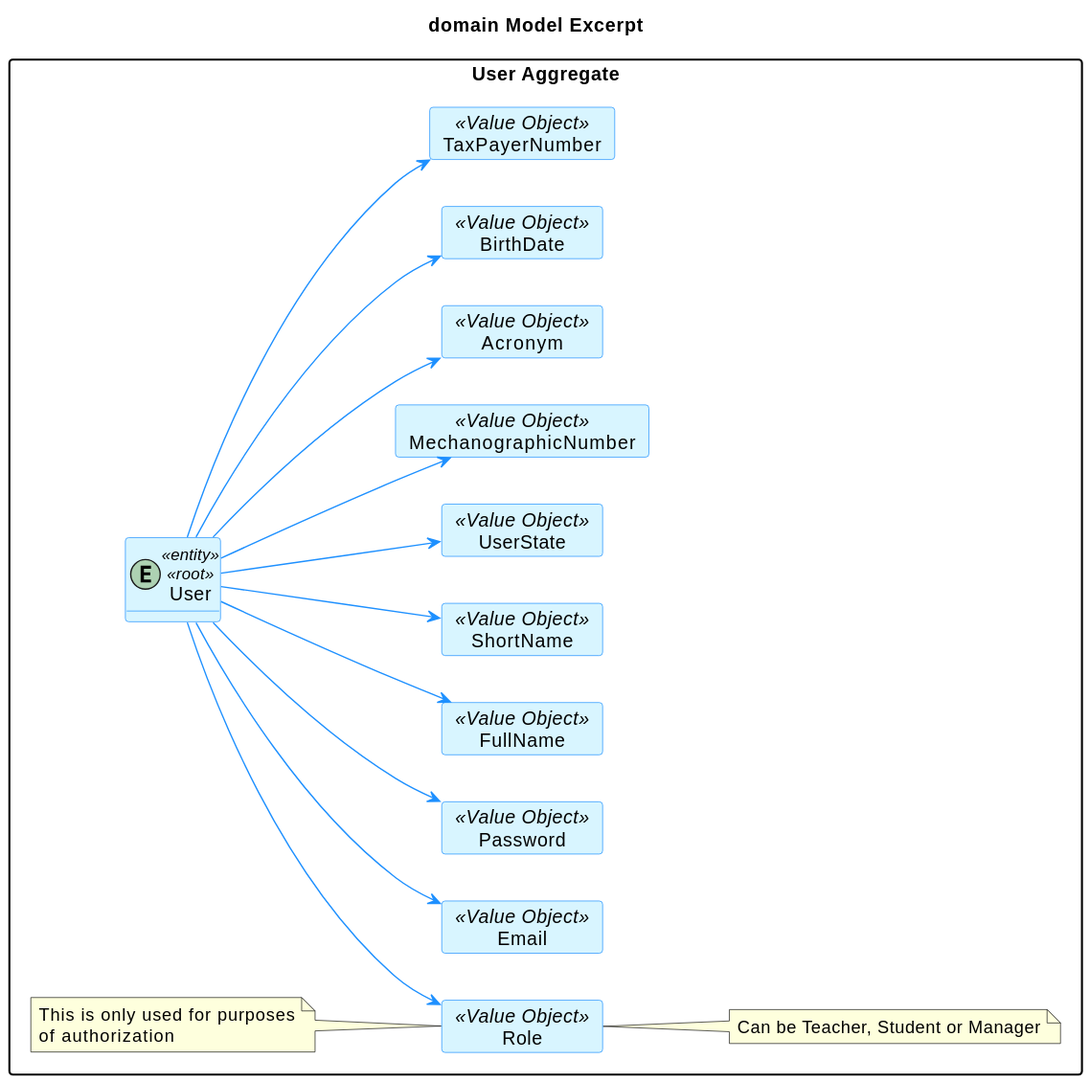
brunacosta03/sem4pi_22_23 keeps this PlantUML diagram as docs/SPRINT A/US_G006/Analysis/Domain_Model_Excerpt.svg. Above is the earlier version.
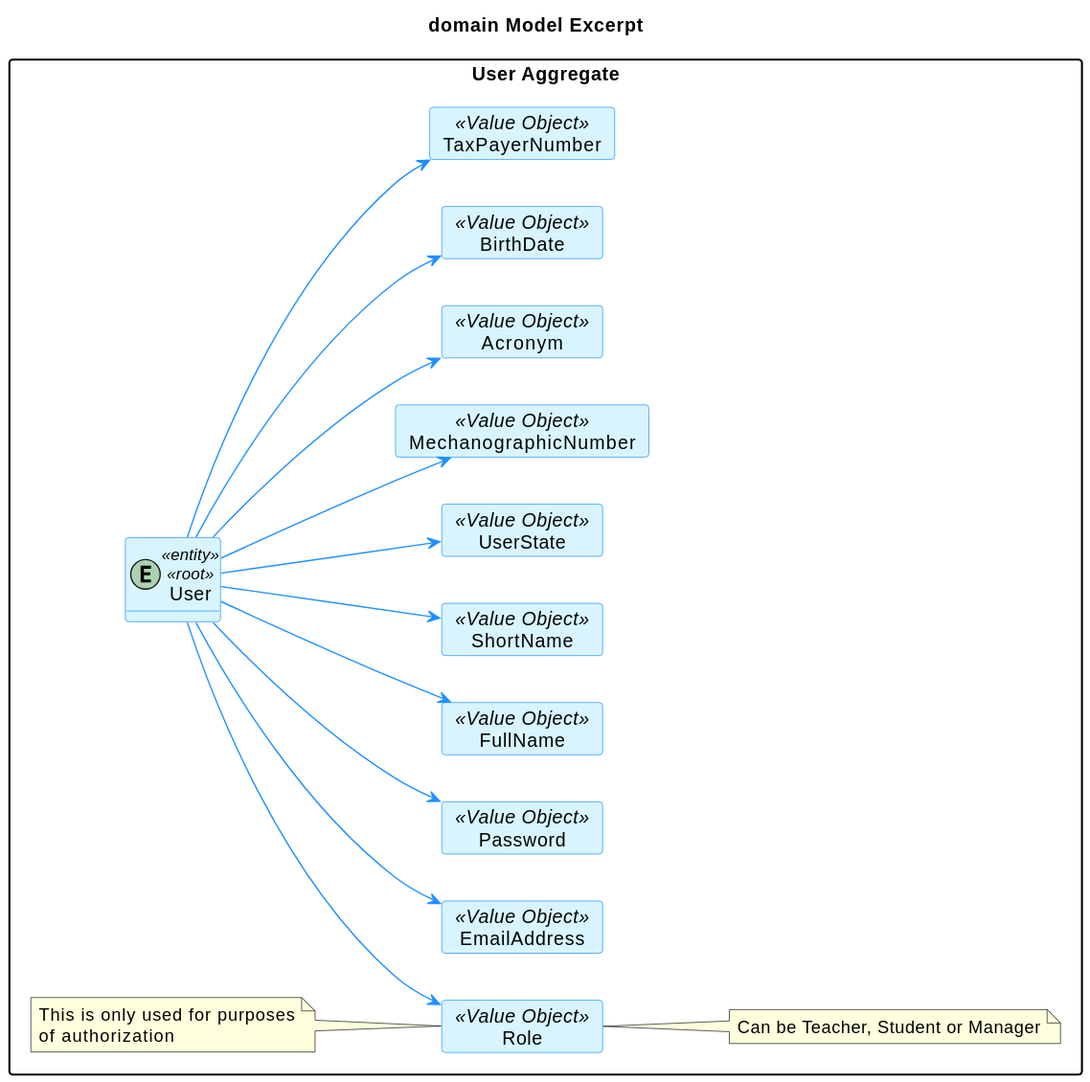
After the commit.

The edit, as a diff of the source:
```diff
@@ -27,7 +27,7 @@
 package "User Aggregate" {
     entity User <<entity>><<root>>
 
-    card Email <<Value Object>>{
+    card EmailAddress <<Value Object>>{
     }
     card Password <<Value Object>>{
     }
@@ -49,7 +49,7 @@
     }
     note right of Role: Can be Teacher, Student or Manager
 
-    User --> Email
+    User --> EmailAddress
     User --> Password
     User --> FullName
     User --> ShortName
```
